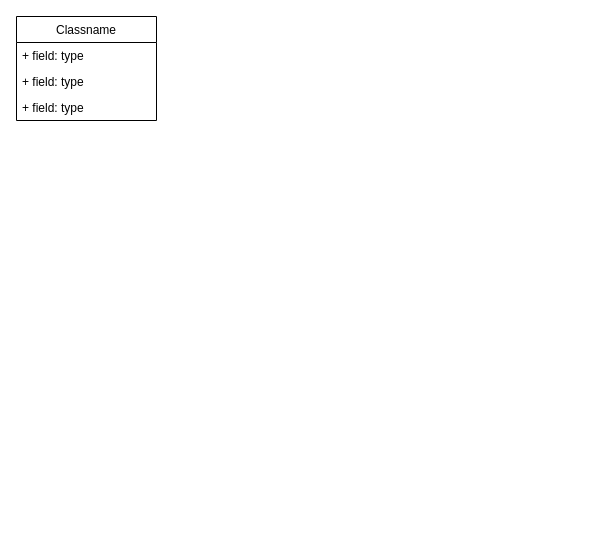
This is diagrama_classes.drawio from mateusvizotto/grupo_01_MMD, a draw.io file, before an edit. Source tidied: cells renumbered, new cells numbered last; positions are measured from the earlier drawing's top-left corner, leaving out a move shared by most shapes. Both pictures are drawn from the tidied source at 100%, with x=0, y=0 at pixel (16, 16).
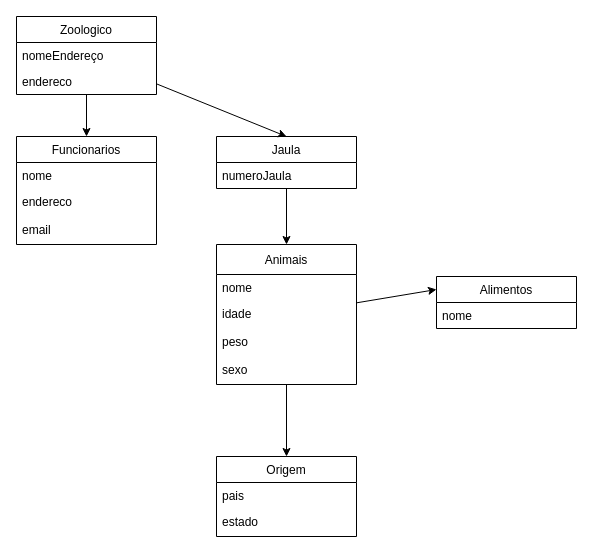
After the change.

Commit message:
Adicionado Diagrama de Classes

The edit, as a diff of the source:
```diff
@@
+    <mxCell id="6" style="edgeStyle=none;html=1;entryX=0.5;entryY=0;entryDx=0;entryDy=0;" parent="1" edge="1" source="2" target="7">
+      <mxGeometry relative="1" as="geometry" />
+    </mxCell>
-    <mxCell id="2" value="Classname" style="swimlane;fontStyle=0;horizontal=1;startSize=26;fillColor=none;" parent="1" vertex="1">
-      <mxGeometry width="140" height="104" as="geometry" />
+    <mxCell id="2" value="Zoologico" style="swimlane;fontStyle=0;horizontal=1;startSize=26;fillColor=none;" parent="1" vertex="1">
+      <mxGeometry width="140" height="78" as="geometry" />
     </mxCell>
-    <mxCell id="3" value="+ field: type" style="text;strokeColor=none;fillColor=none;align=left;verticalAlign=top;spacingLeft=4;spacingRight=4;overflow=hidden;" parent="2" vertex="1">
+    <mxCell id="3" value="nomeEndereço" style="text;strokeColor=none;fillColor=none;align=left;verticalAlign=top;spacingLeft=4;spacingRight=4;overflow=hidden;" parent="2" vertex="1">
       <mxGeometry y="26" width="140" height="26" as="geometry" />
     </mxCell>
-    <mxCell id="4" value="+ field: type" style="text;strokeColor=none;fillColor=none;align=left;verticalAlign=top;spacingLeft=4;spacingRight=4;overflow=hidden;" parent="2" vertex="1">
+    <mxCell id="4" value="endereco" style="text;strokeColor=none;fillColor=none;align=left;verticalAlign=top;spacingLeft=4;spacingRight=4;overflow=hidden;" parent="2" vertex="1">
       <mxGeometry y="52" width="140" height="26" as="geometry" />
     </mxCell>
-    <mxCell id="5" value="+ field: type" style="text;strokeColor=none;fillColor=none;align=left;verticalAlign=top;spacingLeft=4;spacingRight=4;overflow=hidden;" parent="2" vertex="1">
-      <mxGeometry y="78" width="140" height="26" as="geometry" />
-    </mxCell>
+    <mxCell id="7" value="Funcionarios" style="swimlane;fontStyle=0;horizontal=1;startSize=26;fillColor=none;" parent="1" vertex="1">
+      <mxGeometry y="120" width="140" height="108" as="geometry" />
+    </mxCell>
+    <mxCell id="8" value="nome" style="text;strokeColor=none;fillColor=none;align=left;verticalAlign=top;spacingLeft=4;spacingRight=4;overflow=hidden;" parent="7" vertex="1">
+      <mxGeometry y="26" width="140" height="26" as="geometry" />
+    </mxCell>
+    <mxCell id="9" value="endereco" style="text;strokeColor=none;fillColor=none;align=left;verticalAlign=top;spacingLeft=4;spacingRight=4;overflow=hidden;" parent="7" vertex="1">
+      <mxGeometry y="52" width="140" height="28" as="geometry" />
+    </mxCell>
+    <mxCell id="10" value="email" style="text;strokeColor=none;fillColor=none;align=left;verticalAlign=top;spacingLeft=4;spacingRight=4;overflow=hidden;" parent="7" vertex="1">
+      <mxGeometry y="80" width="140" height="28" as="geometry" />
+    </mxCell>
+    <mxCell id="11" value="Origem" style="swimlane;fontStyle=0;horizontal=1;startSize=26;fillColor=none;" parent="1" vertex="1">
+      <mxGeometry x="200" y="440" width="140" height="80" as="geometry" />
+    </mxCell>
+    <mxCell id="12" value="pais" style="text;strokeColor=none;fillColor=none;align=left;verticalAlign=top;spacingLeft=4;spacingRight=4;overflow=hidden;" parent="11" vertex="1">
+      <mxGeometry y="26" width="140" height="26" as="geometry" />
+    </mxCell>
+    <mxCell id="13" value="estado" style="text;strokeColor=none;fillColor=none;align=left;verticalAlign=top;spacingLeft=4;spacingRight=4;overflow=hidden;" parent="11" vertex="1">
+      <mxGeometry y="52" width="140" height="28" as="geometry" />
+    </mxCell>
+    <mxCell id="14" value="Jaula" style="swimlane;fontStyle=0;horizontal=1;startSize=26;fillColor=none;" parent="1" vertex="1">
+      <mxGeometry x="200" y="120" width="140" height="52" as="geometry" />
+    </mxCell>
+    <mxCell id="15" value="numeroJaula" style="text;strokeColor=none;fillColor=none;align=left;verticalAlign=top;spacingLeft=4;spacingRight=4;overflow=hidden;points=[[0,0.5],[1,0.5]];portConstraint=eastwest;" parent="14" vertex="1">
+      <mxGeometry y="26" width="140" height="26" as="geometry" />
+    </mxCell>
+    <mxCell id="16" style="edgeStyle=none;html=1;entryX=0;entryY=0.25;entryDx=0;entryDy=0;" parent="1" edge="1" source="17" target="25">
+      <mxGeometry relative="1" as="geometry" />
+    </mxCell>
+    <mxCell id="17" value="Animais" style="swimlane;fontStyle=0;horizontal=1;startSize=30;fillColor=none;" parent="1" vertex="1">
+      <mxGeometry x="200" y="228" width="140" height="140" as="geometry" />
+    </mxCell>
+    <mxCell id="18" value="nome" style="text;strokeColor=none;fillColor=none;align=left;verticalAlign=top;spacingLeft=4;spacingRight=4;overflow=hidden;" parent="17" vertex="1">
+      <mxGeometry y="30" width="140" height="26" as="geometry" />
+    </mxCell>
+    <mxCell id="19" value="idade" style="text;strokeColor=none;fillColor=none;align=left;verticalAlign=top;spacingLeft=4;spacingRight=4;overflow=hidden;" parent="17" vertex="1">
+      <mxGeometry y="56" width="140" height="28" as="geometry" />
+    </mxCell>
+    <mxCell id="20" value="peso" style="text;strokeColor=none;fillColor=none;align=left;verticalAlign=top;spacingLeft=4;spacingRight=4;overflow=hidden;" parent="17" vertex="1">
+      <mxGeometry y="84" width="140" height="28" as="geometry" />
+    </mxCell>
+    <mxCell id="21" value="sexo" style="text;strokeColor=none;fillColor=none;align=left;verticalAlign=top;spacingLeft=4;spacingRight=4;overflow=hidden;points=[[0,0.5],[1,0.5]];portConstraint=eastwest;" parent="17" vertex="1">
+      <mxGeometry y="112" width="140" height="28" as="geometry" />
+    </mxCell>
+    <mxCell id="22" style="edgeStyle=none;html=1;entryX=0.5;entryY=0;entryDx=0;entryDy=0;" parent="1" edge="1" source="15" target="17">
+      <mxGeometry relative="1" as="geometry" />
+    </mxCell>
+    <mxCell id="23" style="edgeStyle=none;html=1;" parent="1" edge="1" source="21" target="11">
+      <mxGeometry relative="1" as="geometry" />
+    </mxCell>
+    <mxCell id="24" style="edgeStyle=none;html=1;entryX=0.5;entryY=0;entryDx=0;entryDy=0;" parent="1" edge="1" source="2" target="14">
+      <mxGeometry relative="1" as="geometry" />
+    </mxCell>
+    <mxCell id="25" value="Alimentos" style="swimlane;fontStyle=0;horizontal=1;startSize=26;fillColor=none;" parent="1" vertex="1">
+      <mxGeometry x="420" y="260" width="140" height="52" as="geometry" />
+    </mxCell>
+    <mxCell id="26" value="nome" style="text;strokeColor=none;fillColor=none;align=left;verticalAlign=top;spacingLeft=4;spacingRight=4;overflow=hidden;" parent="25" vertex="1">
+      <mxGeometry y="26" width="140" height="26" as="geometry" />
+    </mxCell>
```
